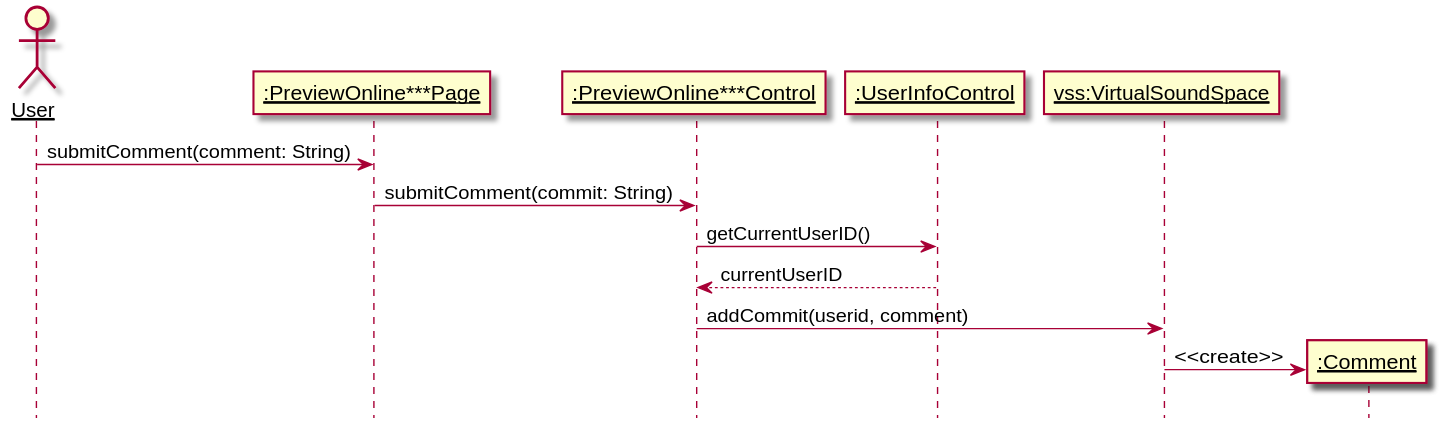
Earlier version of the PlantUML export 需求定义和分析/CommentVSS.svg (kpp19920121/doc). The source it was exported from:
```plantuml
@startuml CommentVSS
hide footbox
skinparam sequenceParticipant underline
actor User as user
participant ":PreviewOnline***Page" as page
participant ":PreviewOnline***Control" as control
participant ":UserInfoControl" as info
participant "vss:VirtualSoundSpace" as vss

user -> page: submitComment(comment: String)
page -> control: submitComment(commit: String)
control -> info: getCurrentUserID()
info --> control: currentUserID
control -> vss: addCommit(userid, comment)
participant ":Comment" as comment
create comment
vss -> comment: <<create>>
@enduml
```
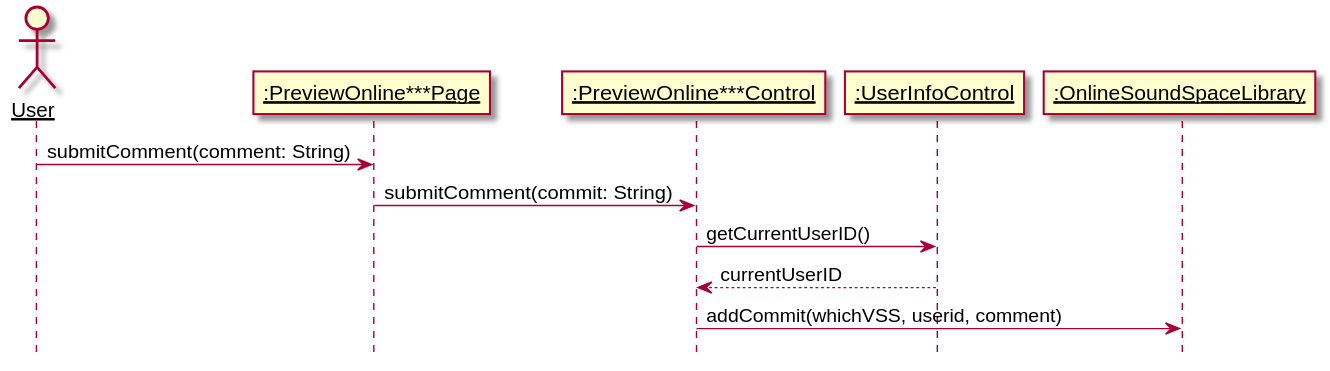
Above is the later version.

What changed in the source:
```diff
@@ -5,14 +5,11 @@
 participant ":PreviewOnline***Page" as page
 participant ":PreviewOnline***Control" as control
 participant ":UserInfoControl" as info
-participant "vss:VirtualSoundSpace" as vss
+participant ":OnlineSoundSpaceLibrary" as library
 
 user -> page: submitComment(comment: String)
 page -> control: submitComment(commit: String)
 control -> info: getCurrentUserID()
 info --> control: currentUserID
-control -> vss: addCommit(userid, comment)
-participant ":Comment" as comment
-create comment
-vss -> comment: <<create>>
+control -> library: addCommit(whichVSS, userid, comment)
 @enduml
```
